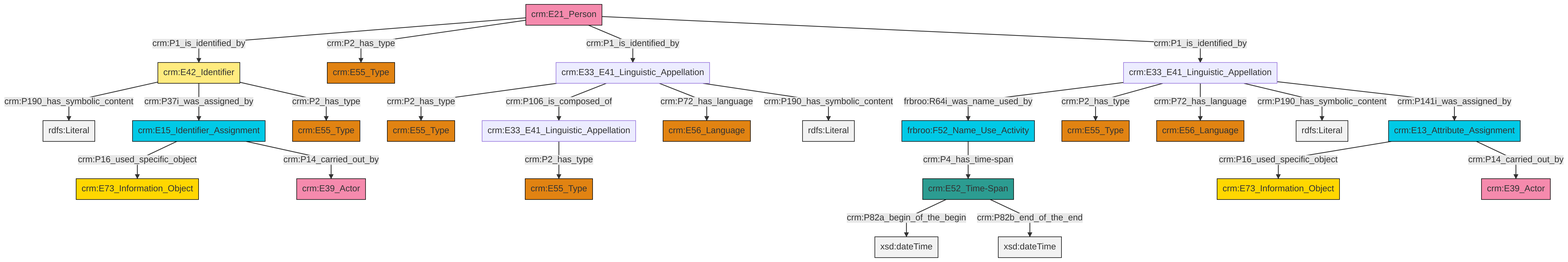
The Mermaid diagram et/personCSV/ttl/mmd/png/Person_Names_and_Classification.png in swiss-art-research-net/docs.swissartresearch, before a commit. Its source is kept beside it as et/personCSV/ttl/mmd/Person_Names_and_Classification.ttl.mmd.
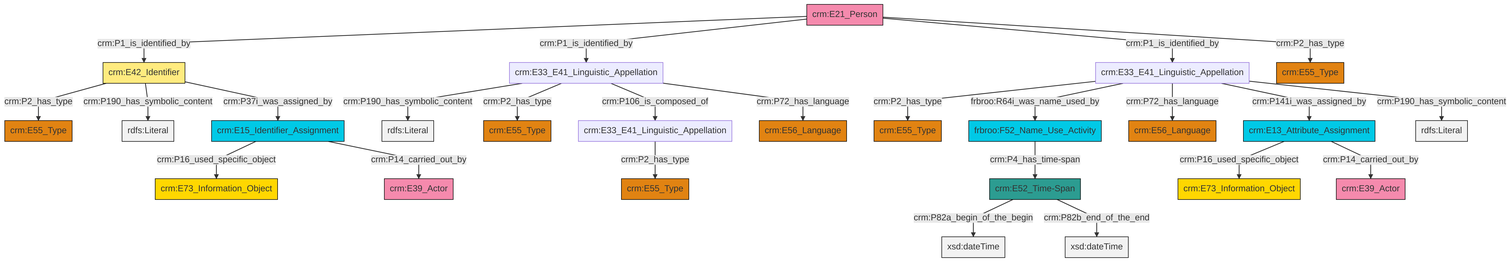
After the change.

What changed in the source:
```diff
@@ -13,27 +13,27 @@
 classDef PC_Classes fill:#4ce600, stroke:#000000;
 classDef Multi fill:#cccccc,stroke:#000000;
 
-2["crm:E42_Identifier"]:::Appellation -->|crm:P190_has_symbolic_content| 3[rdfs:Literal]:::Literal
-4["crm:E13_Attribute_Assignment"]:::Temporal_Entity -->|crm:P16_used_specific_object| 5["crm:E73_Information_Object"]:::Conceptual_Object
-6["frbroo:F52_Name_Use_Activity"]:::Temporal_Entity -->|crm:P4_has_time-span| 0["crm:E52_Time-Span"]:::Time-Span
-9["crm:E33_E41_Linguistic_Appellation"]:::Default -->|frbroo:R64i_was_name_used_by| 6["frbroo:F52_Name_Use_Activity"]:::Temporal_Entity
-9["crm:E33_E41_Linguistic_Appellation"]:::Default -->|crm:P2_has_type| 10["crm:E55_Type"]:::Type
-2["crm:E42_Identifier"]:::Appellation -->|crm:P37i_was_assigned_by| 11["crm:E15_Identifier_Assignment"]:::Temporal_Entity
-0["crm:E52_Time-Span"]:::Time-Span -->|crm:P82a_begin_of_the_begin| 14[xsd:dateTime]:::Literal
-11["crm:E15_Identifier_Assignment"]:::Temporal_Entity -->|crm:P16_used_specific_object| 15["crm:E73_Information_Object"]:::Conceptual_Object
-9["crm:E33_E41_Linguistic_Appellation"]:::Default -->|crm:P72_has_language| 7["crm:E56_Language"]:::Type
-16["crm:E33_E41_Linguistic_Appellation"]:::Default -->|crm:P2_has_type| 17["crm:E55_Type"]:::Type
-18["crm:E21_Person"]:::Actor -->|crm:P1_is_identified_by| 2["crm:E42_Identifier"]:::Appellation
-16["crm:E33_E41_Linguistic_Appellation"]:::Default -->|crm:P106_is_composed_of| 20["crm:E33_E41_Linguistic_Appellation"]:::Default
-9["crm:E33_E41_Linguistic_Appellation"]:::Default -->|crm:P190_has_symbolic_content| 21[rdfs:Literal]:::Literal
-11["crm:E15_Identifier_Assignment"]:::Temporal_Entity -->|crm:P14_carried_out_by| 24["crm:E39_Actor"]:::Actor
-2["crm:E42_Identifier"]:::Appellation -->|crm:P2_has_type| 32["crm:E55_Type"]:::Type
-16["crm:E33_E41_Linguistic_Appellation"]:::Default -->|crm:P72_has_language| 38["crm:E56_Language"]:::Type
-4["crm:E13_Attribute_Assignment"]:::Temporal_Entity -->|crm:P14_carried_out_by| 35["crm:E39_Actor"]:::Actor
-0["crm:E52_Time-Span"]:::Time-Span -->|crm:P82b_end_of_the_end| 42[xsd:dateTime]:::Literal
-9["crm:E33_E41_Linguistic_Appellation"]:::Default -->|crm:P141i_was_assigned_by| 4["crm:E13_Attribute_Assignment"]:::Temporal_Entity
-18["crm:E21_Person"]:::Actor -->|crm:P2_has_type| 33["crm:E55_Type"]:::Type
-16["crm:E33_E41_Linguistic_Appellation"]:::Default -->|crm:P190_has_symbolic_content| 44[rdfs:Literal]:::Literal
-18["crm:E21_Person"]:::Actor -->|crm:P1_is_identified_by| 16["crm:E33_E41_Linguistic_Appellation"]:::Default
-20["crm:E33_E41_Linguistic_Appellation"]:::Default -->|crm:P2_has_type| 12["crm:E55_Type"]:::Type
-18["crm:E21_Person"]:::Actor -->|crm:P1_is_identified_by| 9["crm:E33_E41_Linguistic_Appellation"]:::Default
+4["crm:E33_E41_Linguistic_Appellation"]:::Default -->|crm:P2_has_type| 8["crm:E55_Type"]:::Type
+9["crm:E21_Person"]:::Actor -->|crm:P1_is_identified_by| 10["crm:E42_Identifier"]:::Appellation
+11["crm:E13_Attribute_Assignment"]:::Temporal_Entity -->|crm:P16_used_specific_object| 2["crm:E73_Information_Object"]:::Conceptual_Object
+4["crm:E33_E41_Linguistic_Appellation"]:::Default -->|frbroo:R64i_was_name_used_by| 13["frbroo:F52_Name_Use_Activity"]:::Temporal_Entity
+17["crm:E15_Identifier_Assignment"]:::Temporal_Entity -->|crm:P16_used_specific_object| 18["crm:E73_Information_Object"]:::Conceptual_Object
+17["crm:E15_Identifier_Assignment"]:::Temporal_Entity -->|crm:P14_carried_out_by| 20["crm:E39_Actor"]:::Actor
+24["crm:E33_E41_Linguistic_Appellation"]:::Default -->|crm:P190_has_symbolic_content| 25[rdfs:Literal]:::Literal
+9["crm:E21_Person"]:::Actor -->|crm:P1_is_identified_by| 24["crm:E33_E41_Linguistic_Appellation"]:::Default
+10["crm:E42_Identifier"]:::Appellation -->|crm:P2_has_type| 26["crm:E55_Type"]:::Type
+24["crm:E33_E41_Linguistic_Appellation"]:::Default -->|crm:P2_has_type| 27["crm:E55_Type"]:::Type
+6["crm:E52_Time-Span"]:::Time-Span -->|crm:P82a_begin_of_the_begin| 28[xsd:dateTime]:::Literal
+9["crm:E21_Person"]:::Actor -->|crm:P1_is_identified_by| 4["crm:E33_E41_Linguistic_Appellation"]:::Default
+13["frbroo:F52_Name_Use_Activity"]:::Temporal_Entity -->|crm:P4_has_time-span| 6["crm:E52_Time-Span"]:::Time-Span
+6["crm:E52_Time-Span"]:::Time-Span -->|crm:P82b_end_of_the_end| 30[xsd:dateTime]:::Literal
+10["crm:E42_Identifier"]:::Appellation -->|crm:P190_has_symbolic_content| 34[rdfs:Literal]:::Literal
+24["crm:E33_E41_Linguistic_Appellation"]:::Default -->|crm:P106_is_composed_of| 14["crm:E33_E41_Linguistic_Appellation"]:::Default
+4["crm:E33_E41_Linguistic_Appellation"]:::Default -->|crm:P72_has_language| 35["crm:E56_Language"]:::Type
+14["crm:E33_E41_Linguistic_Appellation"]:::Default -->|crm:P2_has_type| 36["crm:E55_Type"]:::Type
+11["crm:E13_Attribute_Assignment"]:::Temporal_Entity -->|crm:P14_carried_out_by| 37["crm:E39_Actor"]:::Actor
+4["crm:E33_E41_Linguistic_Appellation"]:::Default -->|crm:P141i_was_assigned_by| 11["crm:E13_Attribute_Assignment"]:::Temporal_Entity
+10["crm:E42_Identifier"]:::Appellation -->|crm:P37i_was_assigned_by| 17["crm:E15_Identifier_Assignment"]:::Temporal_Entity
+4["crm:E33_E41_Linguistic_Appellation"]:::Default -->|crm:P190_has_symbolic_content| 44[rdfs:Literal]:::Literal
+9["crm:E21_Person"]:::Actor -->|crm:P2_has_type| 0["crm:E55_Type"]:::Type
+24["crm:E33_E41_Linguistic_Appellation"]:::Default -->|crm:P72_has_language| 21["crm:E56_Language"]:::Type
```
